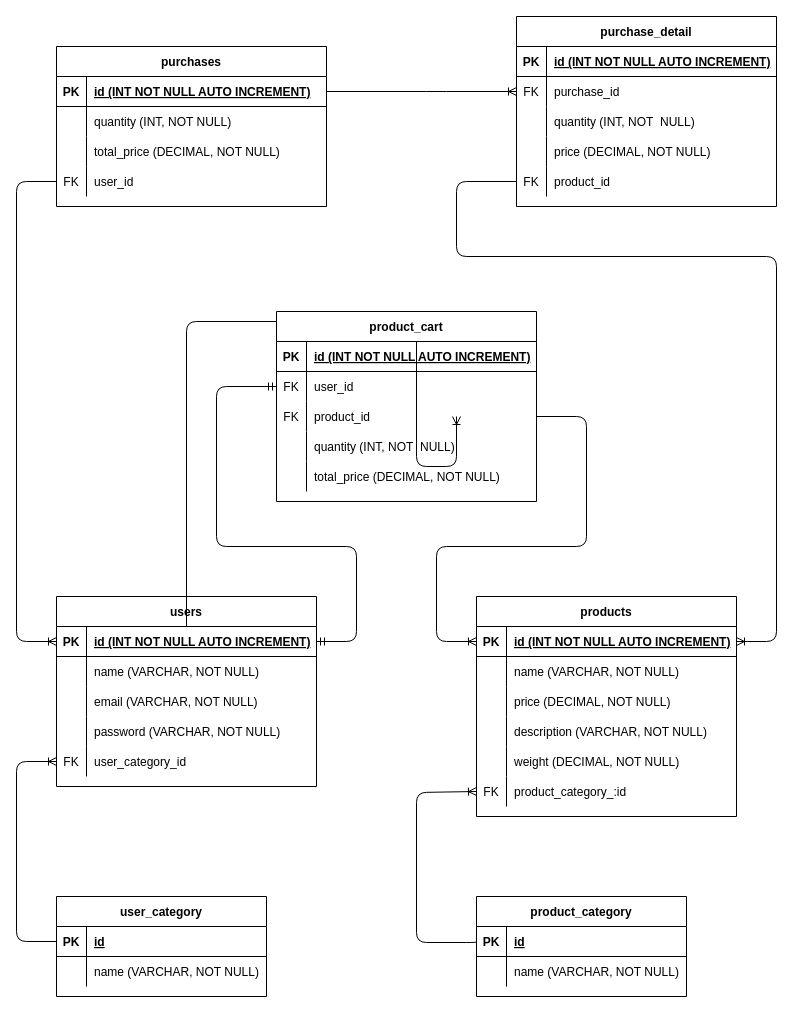
The draw.io diagram src/database-test/facu.drawio in 0621CDFSNCN12LAED/grupo-03, before the edit. Source tidied: cells renumbered, new cells numbered last; positions are measured from the earlier drawing's top-left corner, leaving out a move shared by most shapes. Both pictures are drawn from the tidied source at 100%, with x=0, y=0 at pixel (16, 16).
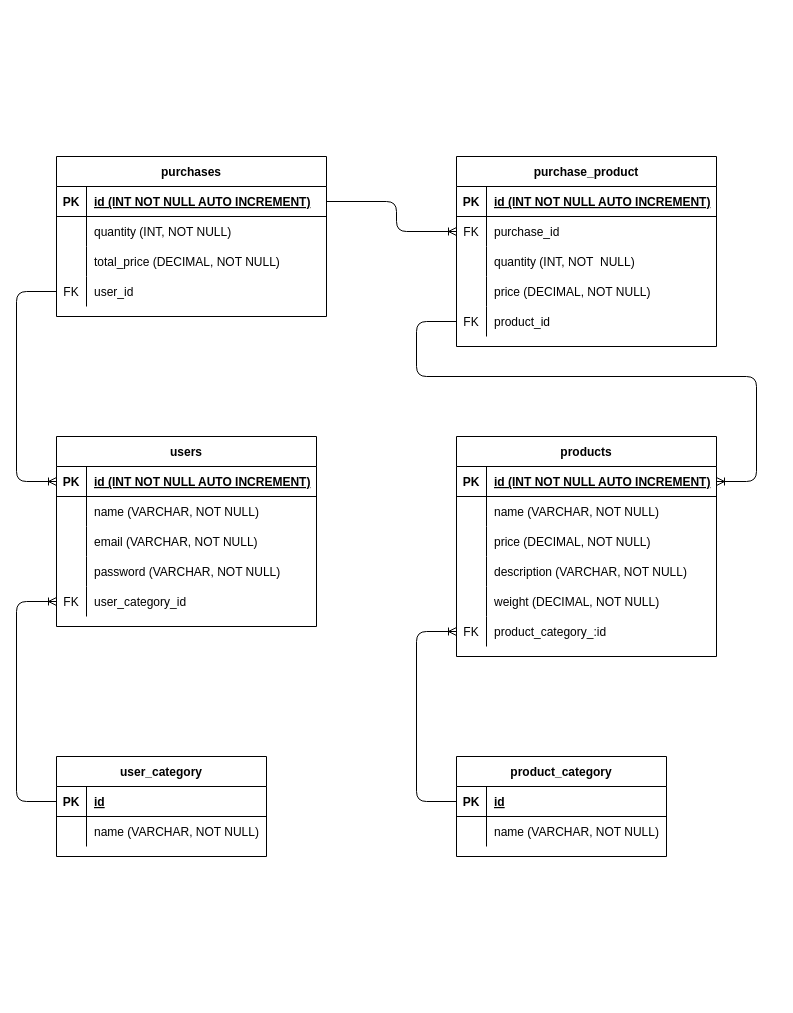
The same page after the edit.

Commit message:
der-mejorado

The change refers to these unchanged cells:
```xml
<mxCell id="3" style="shape=partialRectangle;fillColor=none;top=0;left=0;bottom=1;right=0;points=[[0,0.5],[1,0.5]];portConstraint=eastwest;" parent="2" vertex="1">
  <mxGeometry y="30" width="260" height="30" as="geometry" />
</mxCell>
<mxCell id="15" style="shape=partialRectangle;fillColor=none;top=0;left=0;bottom=0;right=0;points=[[0,0.5],[1,0.5]];portConstraint=eastwest;" parent="2" vertex="1">
  <mxGeometry y="150" width="260" height="30" as="geometry" />
</mxCell>
<mxCell id="19" style="shape=partialRectangle;fillColor=none;top=0;left=0;bottom=1;right=0;points=[[0,0.5],[1,0.5]];portConstraint=eastwest;" parent="18" vertex="1">
  <mxGeometry y="30" width="260" height="30" as="geometry" />
</mxCell>
<mxCell id="34" style="shape=partialRectangle;fillColor=none;top=0;left=0;bottom=0;right=0;points=[[0,0.5],[1,0.5]];portConstraint=eastwest;" parent="18" vertex="1">
  <mxGeometry y="180" width="260" height="30" as="geometry" />
</mxCell>
<mxCell id="38" style="shape=partialRectangle;fillColor=none;top=0;left=0;bottom=1;right=0;points=[[0,0.5],[1,0.5]];portConstraint=eastwest;" parent="37" vertex="1">
  <mxGeometry y="30" width="210" height="30" as="geometry" />
</mxCell>
<mxCell id="47" style="shape=partialRectangle;fillColor=none;top=0;left=0;bottom=1;right=0;points=[[0,0.5],[1,0.5]];portConstraint=eastwest;" parent="46" vertex="1">
  <mxGeometry y="30" width="210" height="30" as="geometry" />
</mxCell>
<mxCell id="55" style="shape=partialRectangle;fillColor=none;top=0;left=0;bottom=1;right=0;points=[[0,0.5],[1,0.5]];portConstraint=eastwest;" parent="54" vertex="1">
  <mxGeometry y="30" width="270" height="30" as="geometry" />
</mxCell>
<mxCell id="64" style="shape=partialRectangle;fillColor=none;top=0;left=0;bottom=0;right=0;points=[[0,0.5],[1,0.5]];portConstraint=eastwest;" parent="54" vertex="1">
  <mxGeometry y="120" width="270" height="30" as="geometry" />
</mxCell>
<mxCell id="71" style="shape=partialRectangle;fillColor=none;top=0;left=0;bottom=0;right=0;points=[[0,0.5],[1,0.5]];portConstraint=eastwest;" parent="67" vertex="1">
  <mxGeometry y="60" width="260" height="30" as="geometry" />
</mxCell>
<mxCell id="80" style="shape=partialRectangle;fillColor=none;top=0;left=0;bottom=0;right=0;points=[[0,0.5],[1,0.5]];portConstraint=eastwest;" parent="67" vertex="1">
  <mxGeometry y="150" width="260" height="30" as="geometry" />
</mxCell>
```

Diff of the diagram source:
```diff
@@
     <mxCell id="2" value="users" style="shape=table;startSize=30;childLayout=tableLayout;rowLines=0;fontStyle=1;align=center;" parent="1" vertex="1">
-      <mxGeometry x="40" y="580" width="260" height="190" as="geometry" />
+      <mxGeometry x="40" y="420" width="260" height="190" as="geometry" />
     </mxCell>
@@
     <mxCell id="18" value="products" style="shape=table;startSize=30;childLayout=tableLayout;rowLines=0;fontStyle=1;align=center;" parent="1" vertex="1">
-      <mxGeometry x="460" y="580" width="260" height="220" as="geometry" />
+      <mxGeometry x="440" y="420" width="260" height="220" as="geometry" />
     </mxCell>
@@
     <mxCell id="37" value="product_category" style="shape=table;startSize=30;childLayout=tableLayout;rowLines=0;fontStyle=1;align=center;" parent="1" vertex="1">
-      <mxGeometry x="460" y="880" width="210" height="100" as="geometry" />
+      <mxGeometry x="440" y="740" width="210" height="100" as="geometry" />
     </mxCell>
@@
     <mxCell id="44" style="edgeStyle=orthogonalEdgeStyle;fontSize=12;html=1;endArrow=ERoneToMany;entryX=0;entryY=0.5;entryDx=0;entryDy=0;exitX=0;exitY=0.5;exitDx=0;exitDy=0;" parent="1" edge="1" source="38" target="34">
       <mxGeometry relative="1" as="geometry">
         <Array as="points">
-          <mxPoint x="400" y="926" />
-          <mxPoint x="400" y="776" />
+          <mxPoint x="400" y="785" />
+          <mxPoint x="400" y="615" />
         </Array>
       </mxGeometry>
     </mxCell>
-    <mxCell id="45" style="edgeStyle=orthogonalEdgeStyle;fontSize=12;html=1;endArrow=ERoneToMany;entryX=0;entryY=0.5;entryDx=0;entryDy=0;" parent="1" edge="1" source="3">
-      <mxGeometry relative="1" as="geometry">
-        <mxPoint x="440" y="400" as="targetPoint" />
-        <Array as="points">
-          <mxPoint x="400" y="305" />
-          <mxPoint x="400" y="450" />
-        </Array>
-      </mxGeometry>
-    </mxCell>
     <mxCell id="46" value="user_category" style="shape=table;startSize=30;childLayout=tableLayout;rowLines=0;fontStyle=1;align=center;" parent="1" vertex="1">
-      <mxGeometry x="40" y="880" width="210" height="100" as="geometry" />
+      <mxGeometry x="40" y="740" width="210" height="100" as="geometry" />
     </mxCell>
@@
     <mxCell id="53" style="edgeStyle=orthogonalEdgeStyle;fontSize=12;html=1;endArrow=ERoneToMany;entryX=0;entryY=0.5;entryDx=0;entryDy=0;exitX=0;exitY=0.5;exitDx=0;exitDy=0;" parent="1" edge="1" source="47" target="15">
       <mxGeometry relative="1" as="geometry">
         <Array as="points">
-          <mxPoint y="925" />
-          <mxPoint y="745" />
+          <mxPoint y="785" />
+          <mxPoint y="585" />
         </Array>
       </mxGeometry>
     </mxCell>
     <mxCell id="54" value="purchases" style="shape=table;startSize=30;childLayout=tableLayout;rowLines=0;fontStyle=1;align=center;" parent="1" vertex="1">
-      <mxGeometry x="40" y="30" width="270" height="160" as="geometry" />
+      <mxGeometry x="40" y="140" width="270" height="160" as="geometry" />
     </mxCell>
@@
-    <mxCell id="67" value="purchase_detail" style="shape=table;startSize=30;childLayout=tableLayout;rowLines=0;fontStyle=1;align=center;" parent="1" vertex="1">
-      <mxGeometry x="500" width="260" height="190" as="geometry" />
+    <mxCell id="67" value="purchase_product" style="shape=table;startSize=30;childLayout=tableLayout;rowLines=0;fontStyle=1;align=center;" parent="1" vertex="1">
+      <mxGeometry x="440" y="140" width="260" height="190" as="geometry" />
     </mxCell>
@@
     <mxCell id="83" style="edgeStyle=orthogonalEdgeStyle;fontSize=12;html=1;endArrow=ERoneToMany;entryX=0;entryY=0.5;entryDx=0;entryDy=0;exitX=0;exitY=0.5;exitDx=0;exitDy=0;" parent="1" edge="1" source="64" target="3">
       <mxGeometry relative="1" as="geometry">
         <Array as="points">
-          <mxPoint y="165" />
-          <mxPoint y="625" />
+          <mxPoint y="275" />
+          <mxPoint y="465" />
         </Array>
       </mxGeometry>
     </mxCell>
     <mxCell id="84" style="edgeStyle=orthogonalEdgeStyle;fontSize=12;html=1;endArrow=ERoneToMany;exitX=0;exitY=0.5;exitDx=0;exitDy=0;entryX=1;entryY=0.5;entryDx=0;entryDy=0;" parent="1" edge="1" source="80" target="19">
       <mxGeometry relative="1" as="geometry">
         <Array as="points">
-          <mxPoint x="440" y="165" />
-          <mxPoint x="440" y="240" />
-          <mxPoint x="760" y="240" />
-          <mxPoint x="760" y="625" />
+          <mxPoint x="400" y="305" />
+          <mxPoint x="400" y="360" />
+          <mxPoint x="740" y="360" />
+          <mxPoint x="740" y="465" />
         </Array>
       </mxGeometry>
     </mxCell>
     <mxCell id="85" style="edgeStyle=orthogonalEdgeStyle;fontSize=12;html=1;endArrow=ERoneToMany;entryX=0;entryY=0.5;entryDx=0;entryDy=0;exitX=1;exitY=0.5;exitDx=0;exitDy=0;" parent="1" edge="1" source="55" target="71">
       <mxGeometry relative="1" as="geometry">
         <Array as="points">
-          <mxPoint x="420" y="75" />
-          <mxPoint x="420" y="75" />
+          <mxPoint x="380" y="185" />
+          <mxPoint x="380" y="215" />
         </Array>
       </mxGeometry>
     </mxCell>
-    <mxCell id="86" value="product_cart" style="shape=table;startSize=30;childLayout=tableLayout;rowLines=0;fontStyle=1;align=center;" parent="1" vertex="1">
-      <mxGeometry x="260" y="295" width="260" height="190" as="geometry" />
-    </mxCell>
-    <mxCell id="87" style="shape=partialRectangle;fillColor=none;top=0;left=0;bottom=1;right=0;" parent="86" vertex="1">
-      <mxGeometry y="30" width="260" height="30" as="geometry" />
-    </mxCell>
-    <mxCell id="88" value="PK" style="shape=partialRectangle;fillColor=none;top=0;left=0;bottom=0;right=0;fontStyle=1;overflow=hidden;" parent="87" vertex="1">
-      <mxGeometry width="30" height="30" as="geometry" />
-    </mxCell>
-    <mxCell id="89" value="id (INT NOT NULL AUTO INCREMENT)" style="shape=partialRectangle;fillColor=none;top=0;left=0;bottom=0;right=0;align=left;spacingLeft=6;fontStyle=5;overflow=hidden;" parent="87" vertex="1">
-      <mxGeometry x="30" width="230" height="30" as="geometry" />
-    </mxCell>
-    <mxCell id="90" style="shape=partialRectangle;fillColor=none;top=0;left=0;bottom=0;right=0;points=[[0,0.5],[1,0.5]];portConstraint=eastwest;" parent="86" vertex="1">
-      <mxGeometry y="60" width="260" height="30" as="geometry" />
-    </mxCell>
-    <mxCell id="91" value="FK" style="shape=partialRectangle;fillColor=none;top=0;left=0;bottom=0;right=0;overflow=hidden;" parent="90" vertex="1">
-      <mxGeometry width="30" height="30" as="geometry" />
-    </mxCell>
-    <mxCell id="92" value="user_id" style="shape=partialRectangle;fillColor=none;top=0;left=0;bottom=0;right=0;align=left;spacingLeft=6;overflow=hidden;" parent="90" vertex="1">
-      <mxGeometry x="30" width="230" height="30" as="geometry" />
-    </mxCell>
-    <mxCell id="93" style="shape=partialRectangle;fillColor=none;top=0;left=0;bottom=0;right=0;points=[[0,0.5],[1,0.5]];portConstraint=eastwest;" parent="86" vertex="1">
-      <mxGeometry y="90" width="260" height="30" as="geometry" />
-    </mxCell>
-    <mxCell id="94" value="FK" style="shape=partialRectangle;fillColor=none;top=0;left=0;bottom=0;right=0;overflow=hidden;" parent="93" vertex="1">
-      <mxGeometry width="30" height="30" as="geometry" />
-    </mxCell>
-    <mxCell id="95" value="product_id" style="shape=partialRectangle;fillColor=none;top=0;left=0;bottom=0;right=0;align=left;spacingLeft=6;overflow=hidden;" parent="93" vertex="1">
-      <mxGeometry x="30" width="230" height="30" as="geometry" />
-    </mxCell>
-    <mxCell id="96" style="shape=partialRectangle;fillColor=none;top=0;left=0;bottom=0;right=0;" parent="86" vertex="1">
-      <mxGeometry y="120" width="260" height="30" as="geometry" />
-    </mxCell>
-    <mxCell id="97" style="shape=partialRectangle;fillColor=none;top=0;left=0;bottom=0;right=0;overflow=hidden;" parent="96" vertex="1">
-      <mxGeometry width="30" height="30" as="geometry" />
-    </mxCell>
-    <mxCell id="98" value="quantity (INT, NOT  NULL)" style="shape=partialRectangle;fillColor=none;top=0;left=0;bottom=0;right=0;align=left;spacingLeft=6;overflow=hidden;" parent="96" vertex="1">
-      <mxGeometry x="30" width="230" height="30" as="geometry" />
-    </mxCell>
-    <mxCell id="99" style="shape=partialRectangle;fillColor=none;top=0;left=0;bottom=0;right=0;" parent="86" vertex="1">
-      <mxGeometry y="150" width="260" height="30" as="geometry" />
-    </mxCell>
-    <mxCell id="100" style="shape=partialRectangle;fillColor=none;top=0;left=0;bottom=0;right=0;overflow=hidden;" parent="99" vertex="1">
-      <mxGeometry width="30" height="30" as="geometry" />
-    </mxCell>
-    <mxCell id="101" value="total_price (DECIMAL, NOT NULL)" style="shape=partialRectangle;fillColor=none;top=0;left=0;bottom=0;right=0;align=left;spacingLeft=6;overflow=hidden;" parent="99" vertex="1">
-      <mxGeometry x="30" width="230" height="30" as="geometry" />
-    </mxCell>
-    <mxCell id="102" style="edgeStyle=orthogonalEdgeStyle;fontSize=12;html=1;endArrow=ERoneToMany;entryX=0;entryY=0.5;entryDx=0;entryDy=0;exitX=1;exitY=0.5;exitDx=0;exitDy=0;" parent="1" edge="1" source="93" target="19">
-      <mxGeometry relative="1" as="geometry">
-        <Array as="points">
-          <mxPoint x="570" y="400" />
-          <mxPoint x="570" y="530" />
-          <mxPoint x="420" y="530" />
-          <mxPoint x="420" y="625" />
-        </Array>
-      </mxGeometry>
-    </mxCell>
-    <mxCell id="103" style="edgeStyle=orthogonalEdgeStyle;fontSize=12;html=1;endArrow=ERmandOne;startArrow=ERmandOne;entryX=0;entryY=0.5;entryDx=0;entryDy=0;exitX=1;exitY=0.5;exitDx=0;exitDy=0;" parent="1" edge="1" source="3" target="90">
-      <mxGeometry relative="1" as="geometry">
-        <Array as="points">
-          <mxPoint x="340" y="625" />
-          <mxPoint x="340" y="530" />
-          <mxPoint x="200" y="530" />
-          <mxPoint x="200" y="370" />
-        </Array>
-      </mxGeometry>
-    </mxCell>
```
